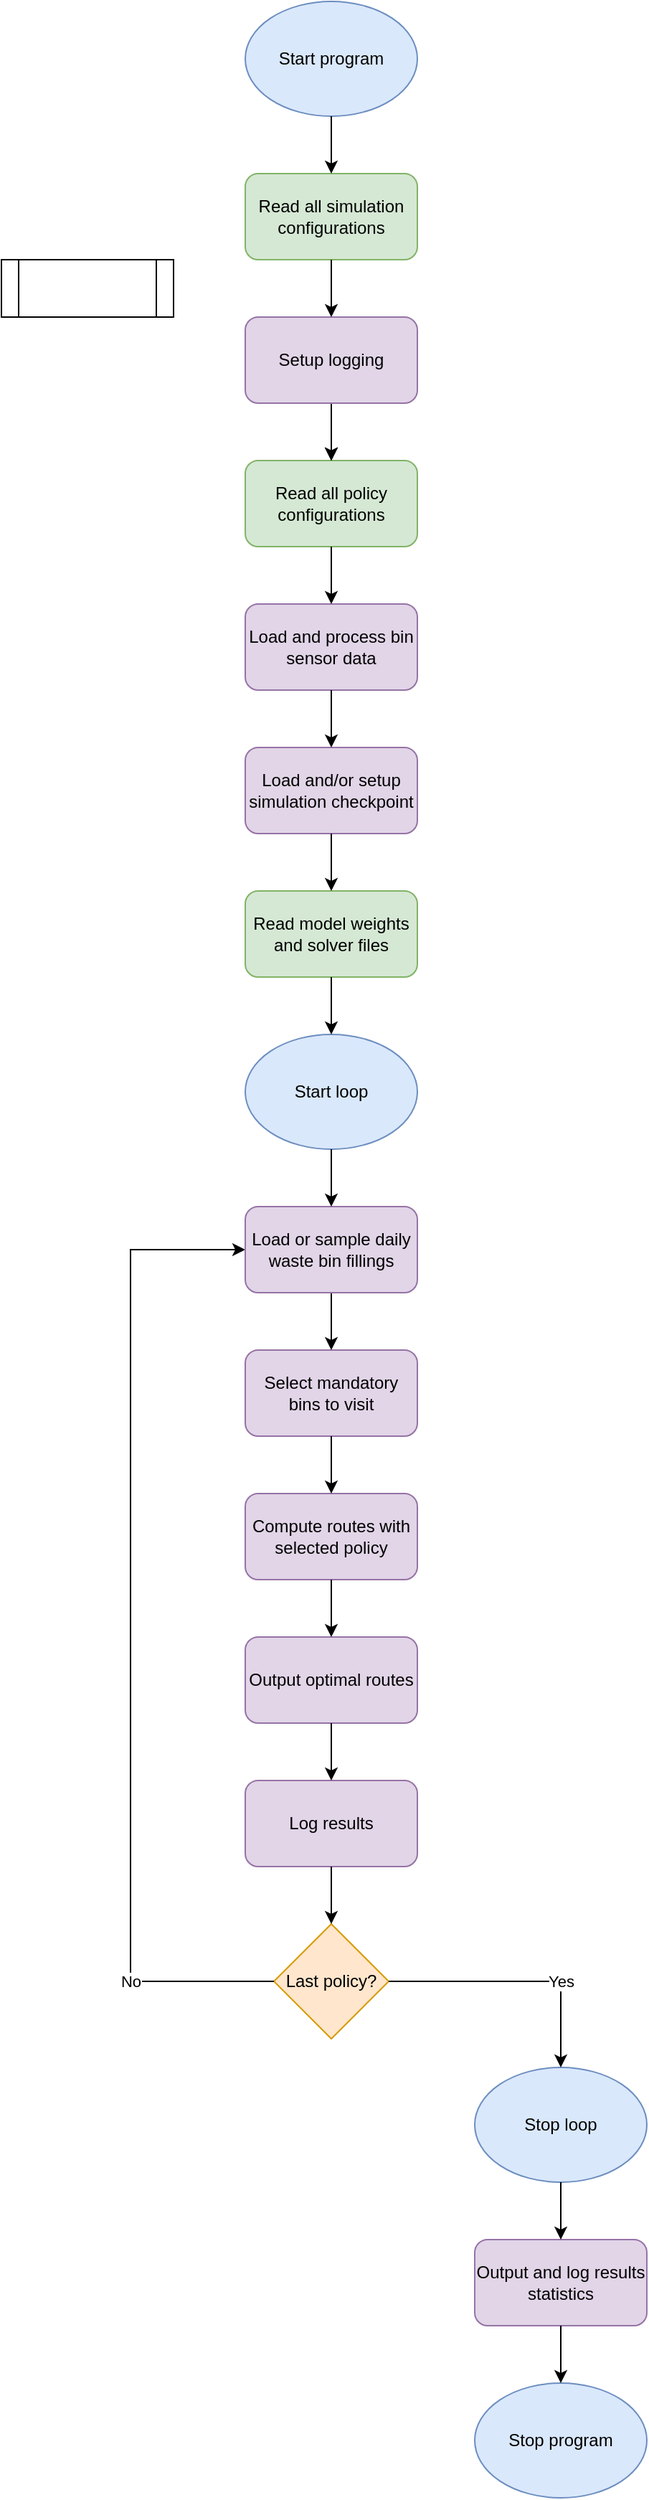
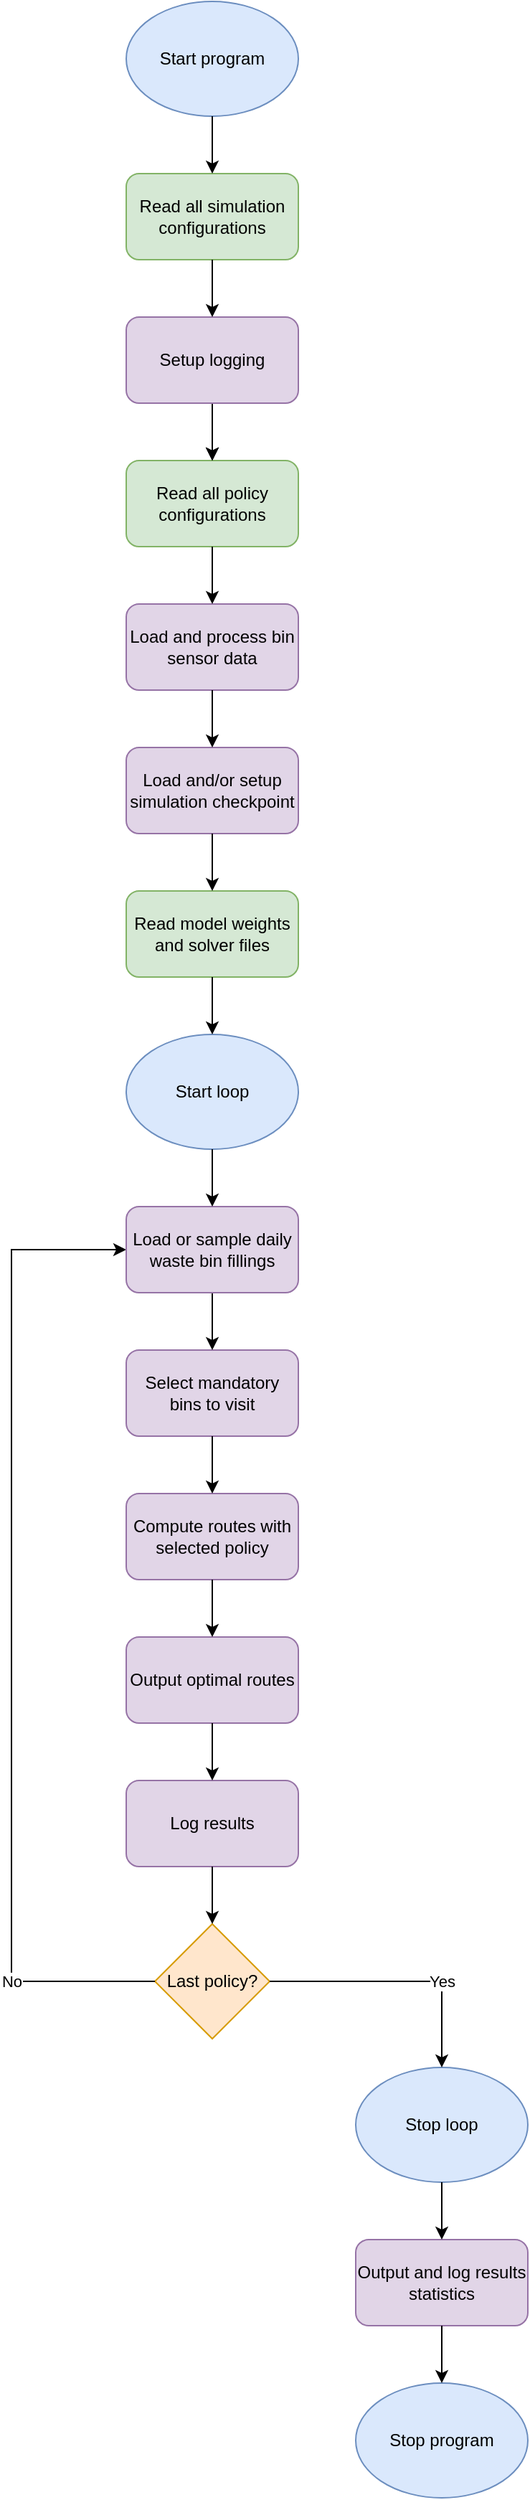
<mxfile host="Electron" agent="Mozilla/5.0 (X11; Linux x86_64) AppleWebKit/537.36 (KHTML, like Gecko) draw.io/28.2.5 Chrome/138.0.7204.251 Electron/37.6.1 Safari/537.36" version="28.2.5" pages="2">
  <diagram name="Page-1" id="Fps20KiG8EIMPpQkm09s">
-     <mxGraphModel dx="530" dy="1024" grid="1" gridSize="10" guides="1" tooltips="1" connect="1" arrows="1" fold="1" page="1" pageScale="1" pageWidth="850" pageHeight="1100" math="0" shadow="0">
+     <mxGraphModel dx="1554" dy="1024" grid="1" gridSize="10" guides="1" tooltips="1" connect="1" arrows="1" fold="1" page="1" pageScale="1" pageWidth="850" pageHeight="1100" math="0" shadow="0">
      <root>
        <mxCell id="0" />
        <mxCell id="1" parent="0" />
        <mxCell id="maqev22VWL0qqbjD7A3x-1" value="Start program" style="ellipse;whiteSpace=wrap;html=1;fillColor=#dae8fc;strokeColor=#6c8ebf;gradientDirection=radial;" vertex="1" parent="1">
-           <mxGeometry x="220" y="480" width="120" height="80" as="geometry" />
+           <mxGeometry x="160" y="40" width="120" height="80" as="geometry" />
        </mxCell>
        <mxCell id="maqev22VWL0qqbjD7A3x-2" value="Read all simulation configurations" style="rounded=1;whiteSpace=wrap;html=1;fillColor=#d5e8d4;strokeColor=#82b366;" vertex="1" parent="1">
-           <mxGeometry x="220" y="600" width="120" height="60" as="geometry" />
+           <mxGeometry x="160" y="160" width="120" height="60" as="geometry" />
        </mxCell>
        <mxCell id="maqev22VWL0qqbjD7A3x-3" value="Read all policy configurations" style="rounded=1;whiteSpace=wrap;html=1;fillColor=#d5e8d4;strokeColor=#82b366;" vertex="1" parent="1">
-           <mxGeometry x="220" y="800" width="120" height="60" as="geometry" />
-         </mxCell>
-         <mxCell id="maqev22VWL0qqbjD7A3x-4" value="" style="shape=process;whiteSpace=wrap;html=1;backgroundOutline=1;" vertex="1" parent="1">
-           <mxGeometry x="50" y="660" width="120" height="40" as="geometry" />
+           <mxGeometry x="160" y="360" width="120" height="60" as="geometry" />
        </mxCell>
        <mxCell id="maqev22VWL0qqbjD7A3x-5" value="Load and process bin sensor data" style="rounded=1;whiteSpace=wrap;html=1;fillColor=#e1d5e7;strokeColor=#9673a6;" vertex="1" parent="1">
-           <mxGeometry x="220" y="900" width="120" height="60" as="geometry" />
+           <mxGeometry x="160" y="460" width="120" height="60" as="geometry" />
        </mxCell>
        <mxCell id="maqev22VWL0qqbjD7A3x-6" value="Load and/or setup simulation checkpoint" style="rounded=1;whiteSpace=wrap;html=1;fillColor=#e1d5e7;strokeColor=#9673a6;" vertex="1" parent="1">
-           <mxGeometry x="220" y="1000" width="120" height="60" as="geometry" />
+           <mxGeometry x="160" y="560" width="120" height="60" as="geometry" />
        </mxCell>
        <mxCell id="maqev22VWL0qqbjD7A3x-7" value="Read model weights and solver files" style="rounded=1;whiteSpace=wrap;html=1;fillColor=#d5e8d4;strokeColor=#82b366;" vertex="1" parent="1">
-           <mxGeometry x="220" y="1100" width="120" height="60" as="geometry" />
+           <mxGeometry x="160" y="660" width="120" height="60" as="geometry" />
        </mxCell>
        <mxCell id="maqev22VWL0qqbjD7A3x-8" value="Start loop" style="ellipse;whiteSpace=wrap;html=1;fillColor=#dae8fc;strokeColor=#6c8ebf;" vertex="1" parent="1">
-           <mxGeometry x="220" y="1200" width="120" height="80" as="geometry" />
+           <mxGeometry x="160" y="760" width="120" height="80" as="geometry" />
        </mxCell>
        <mxCell id="maqev22VWL0qqbjD7A3x-9" value="Select mandatory bins to visit" style="rounded=1;whiteSpace=wrap;html=1;fillColor=#e1d5e7;strokeColor=#9673a6;" vertex="1" parent="1">
-           <mxGeometry x="220" y="1420" width="120" height="60" as="geometry" />
+           <mxGeometry x="160" y="980" width="120" height="60" as="geometry" />
        </mxCell>
        <mxCell id="maqev22VWL0qqbjD7A3x-10" value="Compute routes with selected policy" style="rounded=1;whiteSpace=wrap;html=1;fillColor=#e1d5e7;strokeColor=#9673a6;" vertex="1" parent="1">
-           <mxGeometry x="220" y="1520" width="120" height="60" as="geometry" />
+           <mxGeometry x="160" y="1080" width="120" height="60" as="geometry" />
        </mxCell>
        <mxCell id="maqev22VWL0qqbjD7A3x-11" value="Last policy?" style="rhombus;whiteSpace=wrap;html=1;fillColor=#ffe6cc;strokeColor=#d79b00;" vertex="1" parent="1">
-           <mxGeometry x="240" y="1820" width="80" height="80" as="geometry" />
+           <mxGeometry x="180" y="1380" width="80" height="80" as="geometry" />
        </mxCell>
        <mxCell id="maqev22VWL0qqbjD7A3x-13" value="Stop loop" style="ellipse;whiteSpace=wrap;html=1;fillColor=#dae8fc;strokeColor=#6c8ebf;" vertex="1" parent="1">
-           <mxGeometry x="380" y="1920" width="120" height="80" as="geometry" />
+           <mxGeometry x="320" y="1480" width="120" height="80" as="geometry" />
        </mxCell>
        <mxCell id="maqev22VWL0qqbjD7A3x-15" value="Output and log results statistics" style="rounded=1;whiteSpace=wrap;html=1;fillColor=#e1d5e7;strokeColor=#9673a6;" vertex="1" parent="1">
-           <mxGeometry x="380" y="2040" width="120" height="60" as="geometry" />
+           <mxGeometry x="320" y="1600" width="120" height="60" as="geometry" />
        </mxCell>
        <mxCell id="maqev22VWL0qqbjD7A3x-16" value="Stop program" style="ellipse;whiteSpace=wrap;html=1;fillColor=#dae8fc;strokeColor=#6c8ebf;" vertex="1" parent="1">
-           <mxGeometry x="380" y="2140" width="120" height="80" as="geometry" />
+           <mxGeometry x="320" y="1700" width="120" height="80" as="geometry" />
        </mxCell>
        <mxCell id="maqev22VWL0qqbjD7A3x-17" value="" style="endArrow=classic;html=1;rounded=0;exitX=0.5;exitY=1;exitDx=0;exitDy=0;entryX=0.5;entryY=0;entryDx=0;entryDy=0;" edge="1" parent="1" source="maqev22VWL0qqbjD7A3x-5" target="maqev22VWL0qqbjD7A3x-6">
          <mxGeometry width="50" height="50" relative="1" as="geometry">
-             <mxPoint x="270" y="1460" as="sourcePoint" />
-             <mxPoint x="320" y="1410" as="targetPoint" />
+             <mxPoint x="210" y="1020" as="sourcePoint" />
+             <mxPoint x="260" y="970" as="targetPoint" />
          </mxGeometry>
        </mxCell>
        <mxCell id="maqev22VWL0qqbjD7A3x-18" value="" style="endArrow=classic;html=1;rounded=0;exitX=0.5;exitY=1;exitDx=0;exitDy=0;entryX=0.5;entryY=0;entryDx=0;entryDy=0;" edge="1" parent="1" source="maqev22VWL0qqbjD7A3x-6" target="maqev22VWL0qqbjD7A3x-7">
          <mxGeometry width="50" height="50" relative="1" as="geometry">
-             <mxPoint x="310" y="1050" as="sourcePoint" />
-             <mxPoint x="310" y="1090" as="targetPoint" />
+             <mxPoint x="250" y="610" as="sourcePoint" />
+             <mxPoint x="250" y="650" as="targetPoint" />
          </mxGeometry>
        </mxCell>
        <mxCell id="maqev22VWL0qqbjD7A3x-19" value="" style="endArrow=classic;html=1;rounded=0;exitX=0.5;exitY=1;exitDx=0;exitDy=0;entryX=0.5;entryY=0;entryDx=0;entryDy=0;" edge="1" parent="1" target="maqev22VWL0qqbjD7A3x-3">
          <mxGeometry width="50" height="50" relative="1" as="geometry">
-             <mxPoint x="280" y="760" as="sourcePoint" />
-             <mxPoint x="320" y="810" as="targetPoint" />
+             <mxPoint x="220" y="320" as="sourcePoint" />
+             <mxPoint x="260" y="370" as="targetPoint" />
          </mxGeometry>
        </mxCell>
        <mxCell id="maqev22VWL0qqbjD7A3x-20" value="" style="endArrow=classic;html=1;rounded=0;exitX=0.5;exitY=1;exitDx=0;exitDy=0;entryX=0.5;entryY=0;entryDx=0;entryDy=0;" edge="1" parent="1" source="maqev22VWL0qqbjD7A3x-1" target="maqev22VWL0qqbjD7A3x-2">
          <mxGeometry width="50" height="50" relative="1" as="geometry">
-             <mxPoint x="380" y="700" as="sourcePoint" />
-             <mxPoint x="380" y="740" as="targetPoint" />
+             <mxPoint x="320" y="260" as="sourcePoint" />
+             <mxPoint x="320" y="300" as="targetPoint" />
          </mxGeometry>
        </mxCell>
        <mxCell id="maqev22VWL0qqbjD7A3x-21" value="" style="endArrow=classic;html=1;rounded=0;exitX=0.5;exitY=1;exitDx=0;exitDy=0;entryX=0.5;entryY=0;entryDx=0;entryDy=0;" edge="1" parent="1" source="maqev22VWL0qqbjD7A3x-3" target="maqev22VWL0qqbjD7A3x-5">
          <mxGeometry width="50" height="50" relative="1" as="geometry">
-             <mxPoint x="410" y="950" as="sourcePoint" />
-             <mxPoint x="410" y="990" as="targetPoint" />
+             <mxPoint x="350" y="510" as="sourcePoint" />
+             <mxPoint x="350" y="550" as="targetPoint" />
          </mxGeometry>
        </mxCell>
        <mxCell id="f3eAhLaIc0GRUVgNO5dS-1" value="" style="endArrow=classic;html=1;rounded=0;exitX=0.5;exitY=1;exitDx=0;exitDy=0;entryX=0.5;entryY=0;entryDx=0;entryDy=0;" edge="1" parent="1" source="maqev22VWL0qqbjD7A3x-7" target="maqev22VWL0qqbjD7A3x-8">
          <mxGeometry width="50" height="50" relative="1" as="geometry">
-             <mxPoint x="280" y="1170" as="sourcePoint" />
-             <mxPoint x="280" y="1210" as="targetPoint" />
+             <mxPoint x="220" y="730" as="sourcePoint" />
+             <mxPoint x="220" y="770" as="targetPoint" />
          </mxGeometry>
        </mxCell>
        <mxCell id="f3eAhLaIc0GRUVgNO5dS-2" value="" style="endArrow=classic;html=1;rounded=0;exitX=0.5;exitY=1;exitDx=0;exitDy=0;entryX=0.5;entryY=0;entryDx=0;entryDy=0;" edge="1" parent="1" target="maqev22VWL0qqbjD7A3x-9">
          <mxGeometry width="50" height="50" relative="1" as="geometry">
-             <mxPoint x="280" y="1380" as="sourcePoint" />
-             <mxPoint x="280" y="1430" as="targetPoint" />
+             <mxPoint x="220" y="940" as="sourcePoint" />
+             <mxPoint x="220" y="990" as="targetPoint" />
          </mxGeometry>
        </mxCell>
        <mxCell id="f3eAhLaIc0GRUVgNO5dS-3" value="" style="endArrow=classic;html=1;rounded=0;entryX=0.5;entryY=0;entryDx=0;entryDy=0;exitX=0.5;exitY=1;exitDx=0;exitDy=0;" edge="1" parent="1" source="maqev22VWL0qqbjD7A3x-9" target="maqev22VWL0qqbjD7A3x-10">
          <mxGeometry width="50" height="50" relative="1" as="geometry">
-             <mxPoint x="280" y="1470" as="sourcePoint" />
-             <mxPoint x="280" y="1520" as="targetPoint" />
+             <mxPoint x="220" y="1030" as="sourcePoint" />
+             <mxPoint x="220" y="1080" as="targetPoint" />
          </mxGeometry>
        </mxCell>
        <mxCell id="f3eAhLaIc0GRUVgNO5dS-7" value="Output optimal routes" style="rounded=1;whiteSpace=wrap;html=1;fillColor=#e1d5e7;strokeColor=#9673a6;" vertex="1" parent="1">
-           <mxGeometry x="220" y="1620" width="120" height="60" as="geometry" />
+           <mxGeometry x="160" y="1180" width="120" height="60" as="geometry" />
        </mxCell>
        <mxCell id="f3eAhLaIc0GRUVgNO5dS-9" value="" style="endArrow=classic;html=1;rounded=0;entryX=0.5;entryY=0;entryDx=0;entryDy=0;exitX=0.5;exitY=1;exitDx=0;exitDy=0;" edge="1" parent="1" source="maqev22VWL0qqbjD7A3x-10" target="f3eAhLaIc0GRUVgNO5dS-7">
          <mxGeometry width="50" height="50" relative="1" as="geometry">
-             <mxPoint x="280" y="1590" as="sourcePoint" />
-             <mxPoint x="280" y="1630" as="targetPoint" />
-             <Array as="points">
-               <mxPoint x="280" y="1600" />
+             <mxPoint x="220" y="1150" as="sourcePoint" />
+             <mxPoint x="220" y="1190" as="targetPoint" />
+             <Array as="points">
+               <mxPoint x="220" y="1160" />
            </Array>
          </mxGeometry>
        </mxCell>
        <mxCell id="f3eAhLaIc0GRUVgNO5dS-11" value="No" style="endArrow=classic;html=1;rounded=0;exitX=0;exitY=0.5;exitDx=0;exitDy=0;entryX=0;entryY=0.5;entryDx=0;entryDy=0;" edge="1" parent="1" source="maqev22VWL0qqbjD7A3x-11" target="GljaRHauHrHKt96FzpEy-3">
          <mxGeometry x="-0.7101" width="50" height="50" relative="1" as="geometry">
-             <mxPoint x="250" y="1750" as="sourcePoint" />
-             <mxPoint x="100" y="1350" as="targetPoint" />
-             <Array as="points">
-               <mxPoint x="140" y="1860" />
-               <mxPoint x="140" y="1350" />
+             <mxPoint x="190" y="1310" as="sourcePoint" />
+             <mxPoint x="40" y="910" as="targetPoint" />
+             <Array as="points">
+               <mxPoint x="80" y="1420" />
+               <mxPoint x="80" y="910" />
            </Array>
            <mxPoint as="offset" />
          </mxGeometry>
        </mxCell>
        <mxCell id="f3eAhLaIc0GRUVgNO5dS-12" value="Yes" style="endArrow=classic;html=1;rounded=0;exitX=1;exitY=0.5;exitDx=0;exitDy=0;entryX=0.5;entryY=0;entryDx=0;entryDy=0;" edge="1" parent="1" source="maqev22VWL0qqbjD7A3x-11" target="maqev22VWL0qqbjD7A3x-13">
          <mxGeometry x="0.3333" width="50" height="50" relative="1" as="geometry">
-             <mxPoint x="320" y="1920" as="sourcePoint" />
-             <mxPoint x="300" y="2020" as="targetPoint" />
-             <Array as="points">
-               <mxPoint x="440" y="1860" />
+             <mxPoint x="260" y="1480" as="sourcePoint" />
+             <mxPoint x="240" y="1580" as="targetPoint" />
+             <Array as="points">
+               <mxPoint x="380" y="1420" />
            </Array>
            <mxPoint as="offset" />
          </mxGeometry>
        </mxCell>
        <mxCell id="f3eAhLaIc0GRUVgNO5dS-13" value="" style="endArrow=classic;html=1;rounded=0;entryX=0.5;entryY=0;entryDx=0;entryDy=0;exitX=0.5;exitY=1;exitDx=0;exitDy=0;" edge="1" parent="1" source="maqev22VWL0qqbjD7A3x-13" target="maqev22VWL0qqbjD7A3x-15">
          <mxGeometry width="50" height="50" relative="1" as="geometry">
-             <mxPoint x="300" y="2000" as="sourcePoint" />
-             <mxPoint x="300" y="2040" as="targetPoint" />
+             <mxPoint x="240" y="1560" as="sourcePoint" />
+             <mxPoint x="240" y="1600" as="targetPoint" />
          </mxGeometry>
        </mxCell>
        <mxCell id="f3eAhLaIc0GRUVgNO5dS-14" value="" style="endArrow=classic;html=1;rounded=0;entryX=0.5;entryY=0;entryDx=0;entryDy=0;exitX=0.5;exitY=1;exitDx=0;exitDy=0;" edge="1" parent="1" source="maqev22VWL0qqbjD7A3x-15" target="maqev22VWL0qqbjD7A3x-16">
          <mxGeometry width="50" height="50" relative="1" as="geometry">
-             <mxPoint x="340" y="2120" as="sourcePoint" />
-             <mxPoint x="340" y="2160" as="targetPoint" />
+             <mxPoint x="280" y="1680" as="sourcePoint" />
+             <mxPoint x="280" y="1720" as="targetPoint" />
          </mxGeometry>
        </mxCell>
        <mxCell id="GljaRHauHrHKt96FzpEy-2" value="Log results" style="rounded=1;whiteSpace=wrap;html=1;fillColor=#e1d5e7;strokeColor=#9673a6;" vertex="1" parent="1">
-           <mxGeometry x="220" y="1720" width="120" height="60" as="geometry" />
+           <mxGeometry x="160" y="1280" width="120" height="60" as="geometry" />
        </mxCell>
        <mxCell id="GljaRHauHrHKt96FzpEy-3" value="Load or sample daily waste bin fillings" style="rounded=1;whiteSpace=wrap;html=1;fillColor=#e1d5e7;strokeColor=#9673a6;" vertex="1" parent="1">
-           <mxGeometry x="220" y="1320" width="120" height="60" as="geometry" />
+           <mxGeometry x="160" y="880" width="120" height="60" as="geometry" />
        </mxCell>
        <mxCell id="GljaRHauHrHKt96FzpEy-4" value="" style="endArrow=classic;html=1;rounded=0;entryX=0.5;entryY=0;entryDx=0;entryDy=0;exitX=0.5;exitY=1;exitDx=0;exitDy=0;" edge="1" parent="1" source="f3eAhLaIc0GRUVgNO5dS-7" target="GljaRHauHrHKt96FzpEy-2">
          <mxGeometry width="50" height="50" relative="1" as="geometry">
-             <mxPoint x="370" y="1690" as="sourcePoint" />
-             <mxPoint x="370" y="1730" as="targetPoint" />
+             <mxPoint x="310" y="1250" as="sourcePoint" />
+             <mxPoint x="310" y="1290" as="targetPoint" />
            <Array as="points" />
          </mxGeometry>
        </mxCell>
        <mxCell id="GljaRHauHrHKt96FzpEy-5" value="" style="endArrow=classic;html=1;rounded=0;entryX=0.5;entryY=0;entryDx=0;entryDy=0;exitX=0.5;exitY=1;exitDx=0;exitDy=0;" edge="1" parent="1" source="GljaRHauHrHKt96FzpEy-2" target="maqev22VWL0qqbjD7A3x-11">
          <mxGeometry width="50" height="50" relative="1" as="geometry">
-             <mxPoint x="300" y="1790" as="sourcePoint" />
-             <mxPoint x="300" y="1830" as="targetPoint" />
+             <mxPoint x="240" y="1350" as="sourcePoint" />
+             <mxPoint x="240" y="1390" as="targetPoint" />
            <Array as="points" />
          </mxGeometry>
        </mxCell>
        <mxCell id="GljaRHauHrHKt96FzpEy-6" value="" style="endArrow=classic;html=1;rounded=0;entryX=0.5;entryY=0;entryDx=0;entryDy=0;exitX=0.5;exitY=1;exitDx=0;exitDy=0;" edge="1" parent="1" source="maqev22VWL0qqbjD7A3x-8" target="GljaRHauHrHKt96FzpEy-3">
          <mxGeometry width="50" height="50" relative="1" as="geometry">
-             <mxPoint x="350" y="1280" as="sourcePoint" />
-             <mxPoint x="350" y="1320" as="targetPoint" />
+             <mxPoint x="290" y="840" as="sourcePoint" />
+             <mxPoint x="290" y="880" as="targetPoint" />
            <Array as="points" />
          </mxGeometry>
        </mxCell>
        <mxCell id="GljaRHauHrHKt96FzpEy-8" value="" style="edgeStyle=orthogonalEdgeStyle;rounded=0;orthogonalLoop=1;jettySize=auto;html=1;exitX=0.5;exitY=1;exitDx=0;exitDy=0;" edge="1" parent="1" source="GljaRHauHrHKt96FzpEy-7" target="maqev22VWL0qqbjD7A3x-3">
          <mxGeometry relative="1" as="geometry" />
        </mxCell>
        <mxCell id="GljaRHauHrHKt96FzpEy-9" value="" style="edgeStyle=orthogonalEdgeStyle;rounded=0;orthogonalLoop=1;jettySize=auto;html=1;" edge="1" parent="1" source="GljaRHauHrHKt96FzpEy-7" target="maqev22VWL0qqbjD7A3x-3">
          <mxGeometry relative="1" as="geometry" />
        </mxCell>
        <mxCell id="GljaRHauHrHKt96FzpEy-7" value="Setup logging" style="rounded=1;whiteSpace=wrap;html=1;fillColor=#e1d5e7;strokeColor=#9673a6;" vertex="1" parent="1">
-           <mxGeometry x="220" y="700" width="120" height="60" as="geometry" />
+           <mxGeometry x="160" y="260" width="120" height="60" as="geometry" />
        </mxCell>
        <mxCell id="GljaRHauHrHKt96FzpEy-10" value="" style="edgeStyle=orthogonalEdgeStyle;rounded=0;orthogonalLoop=1;jettySize=auto;html=1;exitX=0.5;exitY=1;exitDx=0;exitDy=0;entryX=0.5;entryY=0;entryDx=0;entryDy=0;" edge="1" parent="1" source="maqev22VWL0qqbjD7A3x-2" target="GljaRHauHrHKt96FzpEy-7">
          <mxGeometry relative="1" as="geometry">
-             <mxPoint x="300" y="670" as="sourcePoint" />
-             <mxPoint x="300" y="710" as="targetPoint" />
+             <mxPoint x="240" y="230" as="sourcePoint" />
+             <mxPoint x="240" y="270" as="targetPoint" />
          </mxGeometry>
        </mxCell>
      </root>
    </mxGraphModel>
  </diagram>
  <diagram id="4szEXWwKGLG2v0rNb3qg" name="Page-2">
    <mxGraphModel dx="1607" dy="1463" grid="1" gridSize="10" guides="1" tooltips="1" connect="1" arrows="1" fold="1" page="1" pageScale="1" pageWidth="850" pageHeight="1100" math="0" shadow="0">
      <root>
        <mxCell id="0" />
        <mxCell id="1" parent="0" />
        <mxCell id="daYB3JNv4SYtr42tmPw--2" value="main.py" style="swimlane;fontStyle=0;childLayout=stackLayout;horizontal=1;startSize=30;horizontalStack=0;resizeParent=1;resizeParentMax=0;resizeLast=0;collapsible=1;marginBottom=0;whiteSpace=wrap;html=1;" vertex="1" parent="1">
          <mxGeometry x="110" y="140" width="140" height="60" as="geometry" />
        </mxCell>
        <mxCell id="daYB3JNv4SYtr42tmPw--3" value="- main()" style="text;strokeColor=none;fillColor=none;align=left;verticalAlign=middle;spacingLeft=4;spacingRight=4;overflow=hidden;points=[[0,0.5],[1,0.5]];portConstraint=eastwest;rotatable=0;whiteSpace=wrap;html=1;" vertex="1" parent="daYB3JNv4SYtr42tmPw--2">
          <mxGeometry y="30" width="140" height="30" as="geometry" />
        </mxCell>
        <mxCell id="daYB3JNv4SYtr42tmPw--6" value="controllers:hydra_dispatch" style="swimlane;fontStyle=0;childLayout=stackLayout;horizontal=1;startSize=30;horizontalStack=0;resizeParent=1;resizeParentMax=0;resizeLast=0;collapsible=1;marginBottom=0;whiteSpace=wrap;html=1;" vertex="1" parent="1">
          <mxGeometry x="110" y="240" width="140" height="60" as="geometry" />
        </mxCell>
        <mxCell id="daYB3JNv4SYtr42tmPw--7" value="- hydra_entry_point()" style="text;strokeColor=none;fillColor=none;align=left;verticalAlign=middle;spacingLeft=4;spacingRight=4;overflow=hidden;points=[[0,0.5],[1,0.5]];portConstraint=eastwest;rotatable=0;whiteSpace=wrap;html=1;" vertex="1" parent="daYB3JNv4SYtr42tmPw--6">
          <mxGeometry y="30" width="140" height="30" as="geometry" />
        </mxCell>
        <mxCell id="daYB3JNv4SYtr42tmPw--13" value="" style="endArrow=classic;html=1;rounded=0;exitX=0.5;exitY=0;exitDx=0;exitDy=0;entryX=0.497;entryY=1.067;entryDx=0;entryDy=0;entryPerimeter=0;" edge="1" parent="1" source="daYB3JNv4SYtr42tmPw--6" target="daYB3JNv4SYtr42tmPw--3">
          <mxGeometry width="50" height="50" relative="1" as="geometry">
            <mxPoint x="250" y="550" as="sourcePoint" />
            <mxPoint x="330" y="520" as="targetPoint" />
          </mxGeometry>
        </mxCell>
        <mxCell id="daYB3JNv4SYtr42tmPw--14" value="pipeline:features:train" style="swimlane;fontStyle=0;childLayout=stackLayout;horizontal=1;startSize=30;horizontalStack=0;resizeParent=1;resizeParentMax=0;resizeLast=0;collapsible=1;marginBottom=0;whiteSpace=wrap;html=1;" vertex="1" parent="1">
          <mxGeometry x="110" y="340" width="140" height="90" as="geometry" />
        </mxCell>
        <mxCell id="daYB3JNv4SYtr42tmPw--15" value="- run_training()" style="text;strokeColor=none;fillColor=none;align=left;verticalAlign=middle;spacingLeft=4;spacingRight=4;overflow=hidden;points=[[0,0.5],[1,0.5]];portConstraint=eastwest;rotatable=0;whiteSpace=wrap;html=1;" vertex="1" parent="daYB3JNv4SYtr42tmPw--14">
          <mxGeometry y="30" width="140" height="30" as="geometry" />
        </mxCell>
        <mxCell id="daYB3JNv4SYtr42tmPw--16" value="- run_hpo" style="text;strokeColor=none;fillColor=none;align=left;verticalAlign=middle;spacingLeft=4;spacingRight=4;overflow=hidden;points=[[0,0.5],[1,0.5]];portConstraint=eastwest;rotatable=0;whiteSpace=wrap;html=1;" vertex="1" parent="daYB3JNv4SYtr42tmPw--14">
          <mxGeometry y="60" width="140" height="30" as="geometry" />
        </mxCell>
        <mxCell id="daYB3JNv4SYtr42tmPw--18" value="" style="endArrow=classic;html=1;rounded=0;exitX=0.5;exitY=0;exitDx=0;exitDy=0;entryX=0.497;entryY=0.96;entryDx=0;entryDy=0;entryPerimeter=0;" edge="1" parent="1" source="daYB3JNv4SYtr42tmPw--14" target="daYB3JNv4SYtr42tmPw--7">
          <mxGeometry width="50" height="50" relative="1" as="geometry">
            <mxPoint x="170" y="358" as="sourcePoint" />
            <mxPoint x="170" y="320" as="targetPoint" />
          </mxGeometry>
        </mxCell>
        <mxCell id="daYB3JNv4SYtr42tmPw--19" value="pipeline:features:eval" style="swimlane;fontStyle=0;childLayout=stackLayout;horizontal=1;startSize=30;horizontalStack=0;resizeParent=1;resizeParentMax=0;resizeLast=0;collapsible=1;marginBottom=0;whiteSpace=wrap;html=1;" vertex="1" parent="1">
          <mxGeometry x="-70" y="340" width="140" height="60" as="geometry" />
        </mxCell>
        <mxCell id="daYB3JNv4SYtr42tmPw--24" value="- run_evaluate_model()" style="text;strokeColor=none;fillColor=none;align=left;verticalAlign=middle;spacingLeft=4;spacingRight=4;overflow=hidden;points=[[0,0.5],[1,0.5]];portConstraint=eastwest;rotatable=0;whiteSpace=wrap;html=1;" vertex="1" parent="daYB3JNv4SYtr42tmPw--19">
          <mxGeometry y="30" width="140" height="30" as="geometry" />
        </mxCell>
        <mxCell id="daYB3JNv4SYtr42tmPw--21" value="" style="endArrow=classic;html=1;rounded=0;exitX=0.5;exitY=0;exitDx=0;exitDy=0;" edge="1" parent="1" source="daYB3JNv4SYtr42tmPw--19">
          <mxGeometry width="50" height="50" relative="1" as="geometry">
            <mxPoint x="70" y="648" as="sourcePoint" />
            <mxPoint x="110" y="280" as="targetPoint" />
            <Array as="points">
              <mxPoint y="280" />
            </Array>
          </mxGeometry>
        </mxCell>
        <mxCell id="daYB3JNv4SYtr42tmPw--23" value="pipeline:features:test:engine" style="swimlane;fontStyle=0;childLayout=stackLayout;horizontal=1;startSize=30;horizontalStack=0;resizeParent=1;resizeParentMax=0;resizeLast=0;collapsible=1;marginBottom=0;whiteSpace=wrap;html=1;" vertex="1" parent="1">
          <mxGeometry x="290" y="340" width="170" height="60" as="geometry" />
        </mxCell>
        <mxCell id="daYB3JNv4SYtr42tmPw--25" value="- run_wsr_simulator_test()" style="text;strokeColor=none;fillColor=none;align=left;verticalAlign=middle;spacingLeft=4;spacingRight=4;overflow=hidden;points=[[0,0.5],[1,0.5]];portConstraint=eastwest;rotatable=0;whiteSpace=wrap;html=1;" vertex="1" parent="daYB3JNv4SYtr42tmPw--23">
          <mxGeometry y="30" width="170" height="30" as="geometry" />
        </mxCell>
        <mxCell id="daYB3JNv4SYtr42tmPw--26" value="" style="endArrow=classic;html=1;rounded=0;exitX=0.5;exitY=0;exitDx=0;exitDy=0;entryX=0.991;entryY=0.293;entryDx=0;entryDy=0;entryPerimeter=0;" edge="1" parent="1" source="daYB3JNv4SYtr42tmPw--23" target="daYB3JNv4SYtr42tmPw--7">
          <mxGeometry width="50" height="50" relative="1" as="geometry">
            <mxPoint x="370" y="320" as="sourcePoint" />
            <mxPoint x="260" y="280" as="targetPoint" />
            <Array as="points">
              <mxPoint x="375" y="280" />
            </Array>
          </mxGeometry>
        </mxCell>
        <mxCell id="daYB3JNv4SYtr42tmPw--27" value=":::config" style="swimlane;fontStyle=0;childLayout=stackLayout;horizontal=1;startSize=30;horizontalStack=0;resizeParent=1;resizeParentMax=0;resizeLast=0;collapsible=1;marginBottom=0;whiteSpace=wrap;html=1;" vertex="1" parent="1">
          <mxGeometry x="80" y="520" width="170" height="60" as="geometry" />
        </mxCell>
        <mxCell id="daYB3JNv4SYtr42tmPw--28" value="- expand_policy_configs()" style="text;strokeColor=none;fillColor=none;align=left;verticalAlign=middle;spacingLeft=4;spacingRight=4;overflow=hidden;points=[[0,0.5],[1,0.5]];portConstraint=eastwest;rotatable=0;whiteSpace=wrap;html=1;" vertex="1" parent="daYB3JNv4SYtr42tmPw--27">
          <mxGeometry y="30" width="170" height="30" as="geometry" />
        </mxCell>
        <mxCell id="daYB3JNv4SYtr42tmPw--29" value=":::orchestrator" style="swimlane;fontStyle=0;childLayout=stackLayout;horizontal=1;startSize=30;horizontalStack=0;resizeParent=1;resizeParentMax=0;resizeLast=0;collapsible=1;marginBottom=0;whiteSpace=wrap;html=1;" vertex="1" parent="1">
          <mxGeometry x="500" y="520" width="170" height="60" as="geometry" />
        </mxCell>
        <mxCell id="daYB3JNv4SYtr42tmPw--30" value="- simulator_testing()" style="text;strokeColor=none;fillColor=none;align=left;verticalAlign=middle;spacingLeft=4;spacingRight=4;overflow=hidden;points=[[0,0.5],[1,0.5]];portConstraint=eastwest;rotatable=0;whiteSpace=wrap;html=1;" vertex="1" parent="daYB3JNv4SYtr42tmPw--29">
          <mxGeometry y="30" width="170" height="30" as="geometry" />
        </mxCell>
        <mxCell id="daYB3JNv4SYtr42tmPw--32" value="" style="endArrow=classic;html=1;rounded=0;exitX=0.5;exitY=0;exitDx=0;exitDy=0;entryX=0;entryY=0.5;entryDx=0;entryDy=0;" edge="1" parent="1" source="daYB3JNv4SYtr42tmPw--27" target="daYB3JNv4SYtr42tmPw--25">
          <mxGeometry width="50" height="50" relative="1" as="geometry">
            <mxPoint x="296" y="551" as="sourcePoint" />
            <mxPoint x="270" y="390" as="targetPoint" />
            <Array as="points">
              <mxPoint x="165" y="480" />
              <mxPoint x="270" y="480" />
              <mxPoint x="270" y="385" />
            </Array>
          </mxGeometry>
        </mxCell>
        <mxCell id="daYB3JNv4SYtr42tmPw--33" value="" style="endArrow=classic;html=1;rounded=0;exitX=0.5;exitY=0;exitDx=0;exitDy=0;entryX=1;entryY=0.5;entryDx=0;entryDy=0;" edge="1" parent="1" source="daYB3JNv4SYtr42tmPw--29" target="daYB3JNv4SYtr42tmPw--25">
          <mxGeometry width="50" height="50" relative="1" as="geometry">
            <mxPoint x="410" y="551" as="sourcePoint" />
            <mxPoint x="410" y="510" as="targetPoint" />
            <Array as="points">
              <mxPoint x="585" y="385" />
            </Array>
          </mxGeometry>
        </mxCell>
        <mxCell id="daYB3JNv4SYtr42tmPw--34" value="configs" style="swimlane;fontStyle=0;childLayout=stackLayout;horizontal=1;startSize=30;horizontalStack=0;resizeParent=1;resizeParentMax=0;resizeLast=0;collapsible=1;marginBottom=0;whiteSpace=wrap;html=1;" vertex="1" parent="1">
          <mxGeometry x="80" y="620" width="170" height="60" as="geometry" />
        </mxCell>
        <mxCell id="daYB3JNv4SYtr42tmPw--35" value="+ Config" style="text;strokeColor=none;fillColor=none;align=left;verticalAlign=middle;spacingLeft=4;spacingRight=4;overflow=hidden;points=[[0,0.5],[1,0.5]];portConstraint=eastwest;rotatable=0;whiteSpace=wrap;html=1;" vertex="1" parent="daYB3JNv4SYtr42tmPw--34">
          <mxGeometry y="30" width="170" height="30" as="geometry" />
        </mxCell>
        <mxCell id="daYB3JNv4SYtr42tmPw--36" value="" style="endArrow=classic;html=1;rounded=0;exitX=0.5;exitY=0;exitDx=0;exitDy=0;entryX=0.501;entryY=1.013;entryDx=0;entryDy=0;entryPerimeter=0;" edge="1" parent="1" source="daYB3JNv4SYtr42tmPw--34" target="daYB3JNv4SYtr42tmPw--28">
          <mxGeometry width="50" height="50" relative="1" as="geometry">
            <mxPoint x="160" y="641" as="sourcePoint" />
            <mxPoint x="160" y="600" as="targetPoint" />
          </mxGeometry>
        </mxCell>
        <mxCell id="daYB3JNv4SYtr42tmPw--37" value="::::parallel_runner" style="swimlane;fontStyle=0;childLayout=stackLayout;horizontal=1;startSize=30;horizontalStack=0;resizeParent=1;resizeParentMax=0;resizeLast=0;collapsible=1;marginBottom=0;whiteSpace=wrap;html=1;" vertex="1" parent="1">
          <mxGeometry x="500" y="620" width="170" height="60" as="geometry" />
        </mxCell>
        <mxCell id="daYB3JNv4SYtr42tmPw--38" value="- run_parallel_simulations()" style="text;strokeColor=none;fillColor=none;align=left;verticalAlign=middle;spacingLeft=4;spacingRight=4;overflow=hidden;points=[[0,0.5],[1,0.5]];portConstraint=eastwest;rotatable=0;whiteSpace=wrap;html=1;" vertex="1" parent="daYB3JNv4SYtr42tmPw--37">
          <mxGeometry y="30" width="170" height="30" as="geometry" />
        </mxCell>
        <mxCell id="s1s9RU2nayRyUAe6zIHc-1" value="" style="endArrow=classic;html=1;rounded=0;exitX=0.5;exitY=0;exitDx=0;exitDy=0;" edge="1" parent="1" source="daYB3JNv4SYtr42tmPw--37">
          <mxGeometry width="50" height="50" relative="1" as="geometry">
            <mxPoint x="510" y="550" as="sourcePoint" />
            <mxPoint x="585" y="580" as="targetPoint" />
          </mxGeometry>
        </mxCell>
        <mxCell id="s1s9RU2nayRyUAe6zIHc-5" value="pipeline:features:test:engine" style="swimlane;fontStyle=0;childLayout=stackLayout;horizontal=1;startSize=30;horizontalStack=0;resizeParent=1;resizeParentMax=0;resizeLast=0;collapsible=1;marginBottom=0;whiteSpace=wrap;html=1;" vertex="1" parent="1">
          <mxGeometry x="500" y="720" width="170" height="60" as="geometry" />
        </mxCell>
        <mxCell id="s1s9RU2nayRyUAe6zIHc-6" value="- run_wsr_simulator_test()" style="text;strokeColor=none;fillColor=none;align=left;verticalAlign=middle;spacingLeft=4;spacingRight=4;overflow=hidden;points=[[0,0.5],[1,0.5]];portConstraint=eastwest;rotatable=0;whiteSpace=wrap;html=1;" vertex="1" parent="s1s9RU2nayRyUAe6zIHc-5">
          <mxGeometry y="30" width="170" height="30" as="geometry" />
        </mxCell>
        <mxCell id="s1s9RU2nayRyUAe6zIHc-7" value=":::config" style="swimlane;fontStyle=0;childLayout=stackLayout;horizontal=1;startSize=30;horizontalStack=0;resizeParent=1;resizeParentMax=0;resizeLast=0;collapsible=1;marginBottom=0;whiteSpace=wrap;html=1;" vertex="1" parent="1">
          <mxGeometry x="300" y="800" width="170" height="60" as="geometry" />
        </mxCell>
        <mxCell id="s1s9RU2nayRyUAe6zIHc-8" value="- expand_policy_configs()" style="text;strokeColor=none;fillColor=none;align=left;verticalAlign=middle;spacingLeft=4;spacingRight=4;overflow=hidden;points=[[0,0.5],[1,0.5]];portConstraint=eastwest;rotatable=0;whiteSpace=wrap;html=1;" vertex="1" parent="s1s9RU2nayRyUAe6zIHc-7">
          <mxGeometry y="30" width="170" height="30" as="geometry" />
        </mxCell>
        <mxCell id="s1s9RU2nayRyUAe6zIHc-9" value=":::orchestrator" style="swimlane;fontStyle=0;childLayout=stackLayout;horizontal=1;startSize=30;horizontalStack=0;resizeParent=1;resizeParentMax=0;resizeLast=0;collapsible=1;marginBottom=0;whiteSpace=wrap;html=1;" vertex="1" parent="1">
          <mxGeometry x="710" y="800" width="170" height="60" as="geometry" />
        </mxCell>
        <mxCell id="s1s9RU2nayRyUAe6zIHc-10" value="- simulator_testing()" style="text;strokeColor=none;fillColor=none;align=left;verticalAlign=middle;spacingLeft=4;spacingRight=4;overflow=hidden;points=[[0,0.5],[1,0.5]];portConstraint=eastwest;rotatable=0;whiteSpace=wrap;html=1;" vertex="1" parent="s1s9RU2nayRyUAe6zIHc-9">
          <mxGeometry y="30" width="170" height="30" as="geometry" />
        </mxCell>
        <mxCell id="s1s9RU2nayRyUAe6zIHc-11" value="" style="endArrow=classic;html=1;rounded=0;entryX=0;entryY=0.5;entryDx=0;entryDy=0;exitX=0.5;exitY=0;exitDx=0;exitDy=0;" edge="1" parent="1" source="s1s9RU2nayRyUAe6zIHc-7" target="s1s9RU2nayRyUAe6zIHc-6">
          <mxGeometry width="50" height="50" relative="1" as="geometry">
            <mxPoint x="310" y="740" as="sourcePoint" />
            <mxPoint x="480" y="770" as="targetPoint" />
            <Array as="points">
              <mxPoint x="385" y="765" />
              <mxPoint x="480" y="765" />
            </Array>
          </mxGeometry>
        </mxCell>
        <mxCell id="s1s9RU2nayRyUAe6zIHc-12" value="" style="endArrow=classic;html=1;rounded=0;exitX=0.5;exitY=0;exitDx=0;exitDy=0;entryX=1;entryY=0.5;entryDx=0;entryDy=0;" edge="1" parent="1" source="s1s9RU2nayRyUAe6zIHc-9" target="s1s9RU2nayRyUAe6zIHc-6">
          <mxGeometry width="50" height="50" relative="1" as="geometry">
            <mxPoint x="620" y="931" as="sourcePoint" />
            <mxPoint x="620" y="890" as="targetPoint" />
            <Array as="points">
              <mxPoint x="795" y="765" />
            </Array>
          </mxGeometry>
        </mxCell>
        <mxCell id="s1s9RU2nayRyUAe6zIHc-13" value="configs" style="swimlane;fontStyle=0;childLayout=stackLayout;horizontal=1;startSize=30;horizontalStack=0;resizeParent=1;resizeParentMax=0;resizeLast=0;collapsible=1;marginBottom=0;whiteSpace=wrap;html=1;" vertex="1" parent="1">
          <mxGeometry x="300" y="900" width="170" height="60" as="geometry" />
        </mxCell>
        <mxCell id="s1s9RU2nayRyUAe6zIHc-14" value="+ Config" style="text;strokeColor=none;fillColor=none;align=left;verticalAlign=middle;spacingLeft=4;spacingRight=4;overflow=hidden;points=[[0,0.5],[1,0.5]];portConstraint=eastwest;rotatable=0;whiteSpace=wrap;html=1;" vertex="1" parent="s1s9RU2nayRyUAe6zIHc-13">
          <mxGeometry y="30" width="170" height="30" as="geometry" />
        </mxCell>
        <mxCell id="s1s9RU2nayRyUAe6zIHc-15" value="" style="endArrow=classic;html=1;rounded=0;exitX=0.5;exitY=0;exitDx=0;exitDy=0;entryX=0.501;entryY=1.013;entryDx=0;entryDy=0;entryPerimeter=0;" edge="1" parent="1" source="s1s9RU2nayRyUAe6zIHc-13" target="s1s9RU2nayRyUAe6zIHc-8">
          <mxGeometry width="50" height="50" relative="1" as="geometry">
            <mxPoint x="380" y="921" as="sourcePoint" />
            <mxPoint x="380" y="880" as="targetPoint" />
          </mxGeometry>
        </mxCell>
        <mxCell id="s1s9RU2nayRyUAe6zIHc-16" value="::::parallel_runner" style="swimlane;fontStyle=0;childLayout=stackLayout;horizontal=1;startSize=30;horizontalStack=0;resizeParent=1;resizeParentMax=0;resizeLast=0;collapsible=1;marginBottom=0;whiteSpace=wrap;html=1;" vertex="1" parent="1">
          <mxGeometry x="710" y="900" width="170" height="60" as="geometry" />
        </mxCell>
        <mxCell id="s1s9RU2nayRyUAe6zIHc-17" value="- run_parallel_simulations()" style="text;strokeColor=none;fillColor=none;align=left;verticalAlign=middle;spacingLeft=4;spacingRight=4;overflow=hidden;points=[[0,0.5],[1,0.5]];portConstraint=eastwest;rotatable=0;whiteSpace=wrap;html=1;" vertex="1" parent="s1s9RU2nayRyUAe6zIHc-16">
          <mxGeometry y="30" width="170" height="30" as="geometry" />
        </mxCell>
        <mxCell id="s1s9RU2nayRyUAe6zIHc-18" value="" style="endArrow=classic;html=1;rounded=0;exitX=0.5;exitY=0;exitDx=0;exitDy=0;" edge="1" parent="1" source="s1s9RU2nayRyUAe6zIHc-16">
          <mxGeometry width="50" height="50" relative="1" as="geometry">
            <mxPoint x="720" y="830" as="sourcePoint" />
            <mxPoint x="795" y="860" as="targetPoint" />
          </mxGeometry>
        </mxCell>
        <mxCell id="s1s9RU2nayRyUAe6zIHc-19" value="" style="endArrow=classic;html=1;rounded=0;exitX=0.5;exitY=0;exitDx=0;exitDy=0;entryX=0.5;entryY=0.976;entryDx=0;entryDy=0;entryPerimeter=0;" edge="1" parent="1" source="s1s9RU2nayRyUAe6zIHc-5" target="daYB3JNv4SYtr42tmPw--38">
          <mxGeometry width="50" height="50" relative="1" as="geometry">
            <mxPoint x="590" y="740" as="sourcePoint" />
            <mxPoint x="590" y="700" as="targetPoint" />
          </mxGeometry>
        </mxCell>
      </root>
    </mxGraphModel>
  </diagram>
</mxfile>
